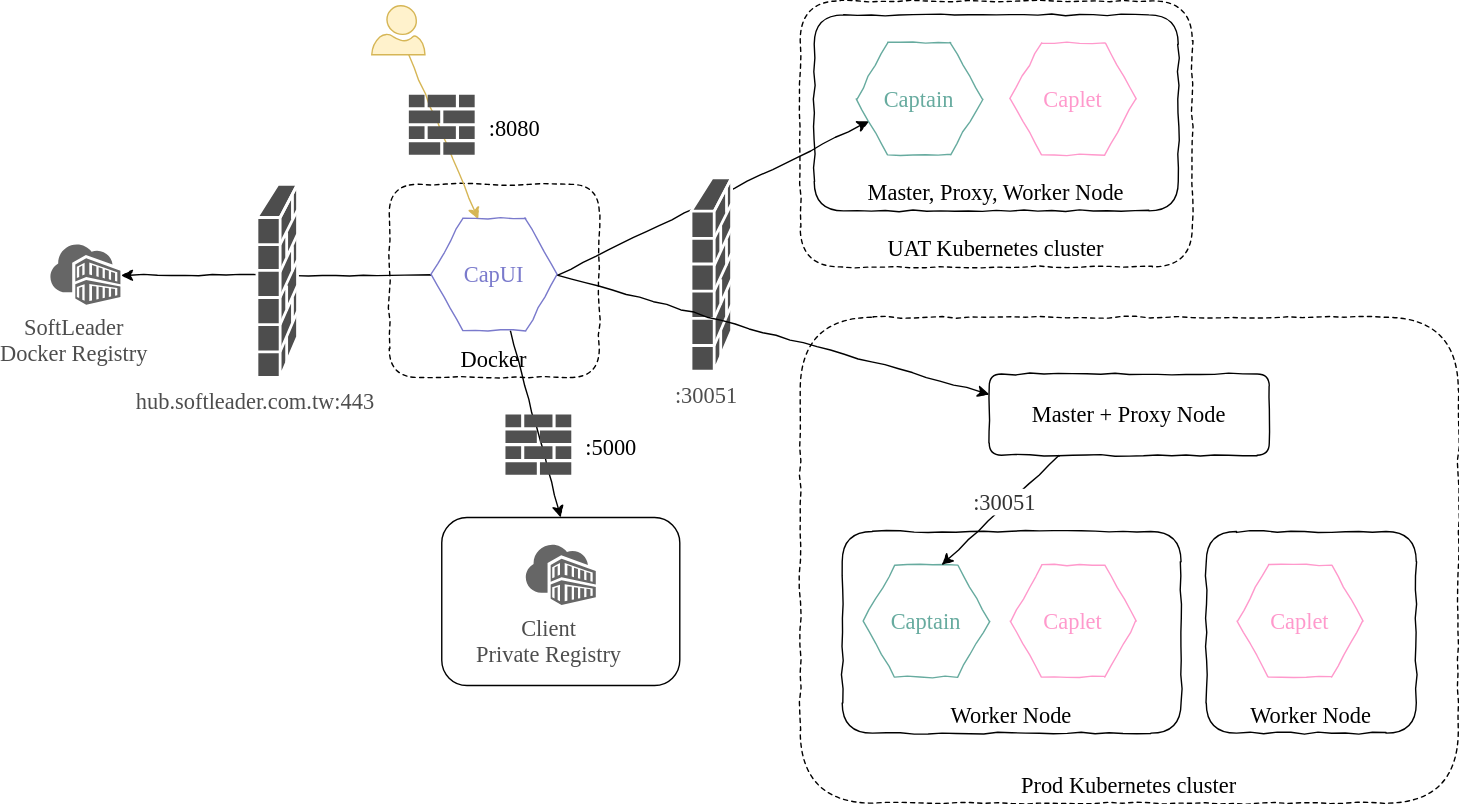
softleader/captain-kube keeps this draw.io diagram as images/cluster-modes-multi.svg. Above is the earlier version. Source tidied: cells renumbered, new cells last; positions are measured from the earlier drawing's top-left corner, leaving out a move shared by most shapes. Its diagram source:
```xml
<mxGraphModel>
  <root>
    <mxCell id="0" />
    <mxCell id="1" parent="0" />
    <mxCell id="2" value="Docker" style="rounded=1;comic=1;fontFamily=Comic Sans MS;verticalAlign=bottom;fontSize=16;dashed=1;" parent="1" vertex="1">
      <mxGeometry x="242.5" y="131" width="150" height="138" as="geometry" />
    </mxCell>
    <mxCell id="3" style="edgeStyle=none;rounded=0;html=1;entryX=1;entryY=0.5;entryPerimeter=0;jettySize=auto;fontFamily=Comic Sans MS;fontSize=16;fontColor=#7A7ACC;comic=1;exitX=0;exitY=0.5;" parent="1" edge="1" source="33" target="15">
      <mxGeometry relative="1" as="geometry" />
    </mxCell>
    <mxCell id="4" style="edgeStyle=none;rounded=0;html=1;entryX=0.5;entryY=0;jettySize=auto;fontFamily=Comic Sans MS;fontSize=16;fontColor=#7A7ACC;comic=1;exitX=0.625;exitY=1;" parent="1" edge="1" source="33" target="18">
      <mxGeometry relative="1" as="geometry" />
    </mxCell>
    <mxCell id="5" style="rounded=0;html=1;entryX=0.375;entryY=0;jettySize=auto;fontFamily=Comic Sans MS;fontSize=16;fontColor=#7A7ACC;comic=1;fillColor=#fff2cc;strokeColor=#d6b656;" parent="1" edge="1" source="6" target="33">
      <mxGeometry relative="1" as="geometry" />
    </mxCell>
    <mxCell id="6" style="verticalLabelPosition=bottom;html=1;verticalAlign=top;align=center;strokeColor=#d6b656;fillColor=#fff2cc;shape=mxgraph.azure.user;fontFamily=Comic Sans MS;fontSize=16;" parent="1" vertex="1">
      <mxGeometry x="230" y="3.5" width="38" height="35" as="geometry" />
    </mxCell>
    <mxCell id="7" style="group;" parent="1" vertex="1">
      <mxGeometry x="325.5" y="295.5" width="115" height="43" as="geometry" />
    </mxCell>
    <mxCell id="8" value="&lt;font color=&quot;#000000&quot;&gt;:5000&lt;/font&gt;" style="text;html=1;align=left;verticalAlign=top;spacingTop=-4;fontSize=16;fontFamily=Comic Sans MS;fontColor=#7A7ACC;" parent="7" vertex="1">
      <mxGeometry x="55" y="11.5" width="60" height="20" as="geometry" />
    </mxCell>
    <mxCell id="9" style="shadow=0;dashed=0;html=1;strokeColor=none;fillColor=#505050;labelPosition=center;verticalLabelPosition=bottom;verticalAlign=top;align=center;shape=mxgraph.office.concepts.firewall;fontFamily=Comic Sans MS;fontSize=16;fontColor=#7A7ACC;" parent="7" vertex="1">
      <mxGeometry width="47" height="43" as="geometry" />
    </mxCell>
    <mxCell id="10" value="UAT Kubernetes cluster" style="rounded=1;comic=1;fontFamily=Comic Sans MS;verticalAlign=bottom;fontSize=16;dashed=1;" parent="1" vertex="1">
      <mxGeometry x="536" width="280" height="190" as="geometry" />
    </mxCell>
    <mxCell id="11" value="Master, Proxy, Worker Node" style="rounded=1;comic=1;fontFamily=Comic Sans MS;fontSize=16;verticalAlign=bottom;" parent="1" vertex="1">
      <mxGeometry x="546" y="10" width="260" height="140" as="geometry" />
    </mxCell>
    <mxCell id="12" value="Captain" style="shape=hexagon;perimeter=hexagonPerimeter2;comic=1;fontFamily=Comic Sans MS;fontSize=16;fontColor=#67AB9F;strokeColor=#67AB9F;" parent="1" vertex="1">
      <mxGeometry x="576" y="30" width="90" height="80" as="geometry" />
    </mxCell>
    <mxCell id="13" value="Caplet" style="shape=hexagon;perimeter=hexagonPerimeter2;comic=1;fontFamily=Comic Sans MS;fontSize=16;strokeColor=#FF99CC;fontColor=#FF99CC;" parent="1" vertex="1">
      <mxGeometry x="686" y="30" width="90" height="80" as="geometry" />
    </mxCell>
    <mxCell id="14" value="&lt;font color=&quot;#4d4d4d&quot;&gt;hub.softleader.com.tw:443&lt;/font&gt;" style="shape=mxgraph.cisco.security.firewall;html=1;dashed=0;fillColor=#4D4D4D;strokeColor=#ffffff;strokeWidth=2;verticalLabelPosition=bottom;verticalAlign=top;fontFamily=Comic Sans MS;fontSize=16;fontColor=#7A7ACC;" parent="1" vertex="1">
      <mxGeometry x="148" y="131" width="29" height="138" as="geometry" />
    </mxCell>
    <mxCell id="15" value="&lt;font color=&quot;#4d4d4d&quot;&gt;SoftLeader &lt;br&gt;Docker Registry&lt;/font&gt;" style="shadow=0;dashed=0;html=1;strokeColor=none;labelPosition=center;verticalLabelPosition=bottom;verticalAlign=top;align=center;shape=mxgraph.mscae.cloud.container_registry;fillColor=#666666;fontFamily=Comic Sans MS;fontSize=16;fontColor=#7A7ACC;" parent="1" vertex="1">
      <mxGeometry x="0.5" y="174" width="50" height="43" as="geometry" />
    </mxCell>
    <mxCell id="16" style="group;" parent="1" vertex="1">
      <mxGeometry x="280" y="369" width="170" height="120" as="geometry" />
    </mxCell>
    <mxCell id="17" value="&lt;font color=&quot;#4d4d4d&quot;&gt;Client&lt;br&gt;Private Registry&lt;/font&gt;" style="shadow=0;dashed=0;html=1;strokeColor=none;labelPosition=center;verticalLabelPosition=bottom;verticalAlign=top;align=center;shape=mxgraph.mscae.cloud.container_registry;fillColor=#666666;fontFamily=Comic Sans MS;fontSize=16;fontColor=#7A7ACC;" parent="16" vertex="1">
      <mxGeometry x="60" y="19.5" width="50" height="43" as="geometry" />
    </mxCell>
    <mxCell id="18" style="rounded=1;whiteSpace=wrap;html=1;strokeColor=#000000;fillColor=none;fontFamily=Comic Sans MS;fontSize=16;fontColor=#7A7ACC;" parent="16" vertex="1">
      <mxGeometry width="170" height="120" as="geometry" />
    </mxCell>
    <mxCell id="19" style="group;" parent="1" vertex="1">
      <mxGeometry x="256.5" y="67" width="115" height="43" as="geometry" />
    </mxCell>
    <mxCell id="20" value="&lt;font color=&quot;#000000&quot;&gt;:8080&lt;/font&gt;" style="text;html=1;align=left;verticalAlign=top;spacingTop=-4;fontSize=16;fontFamily=Comic Sans MS;fontColor=#7A7ACC;" parent="19" vertex="1">
      <mxGeometry x="55" y="11.5" width="60" height="20" as="geometry" />
    </mxCell>
    <mxCell id="21" style="shadow=0;dashed=0;html=1;strokeColor=none;fillColor=#505050;labelPosition=center;verticalLabelPosition=bottom;verticalAlign=top;align=center;shape=mxgraph.office.concepts.firewall;fontFamily=Comic Sans MS;fontSize=16;fontColor=#7A7ACC;" parent="19" vertex="1">
      <mxGeometry width="47" height="43" as="geometry" />
    </mxCell>
    <mxCell id="22" style="edgeStyle=none;rounded=0;html=1;entryX=0;entryY=0.75;jettySize=auto;fontFamily=Comic Sans MS;fontSize=16;fontColor=#7A7ACC;exitX=1;exitY=0.5;comic=1;" parent="1" edge="1" source="33" target="12">
      <mxGeometry relative="1" as="geometry" />
    </mxCell>
    <mxCell id="23" value="Prod Kubernetes cluster" style="rounded=1;comic=1;fontFamily=Comic Sans MS;verticalAlign=bottom;fontSize=16;dashed=1;" parent="1" vertex="1">
      <mxGeometry x="536" y="226" width="470" height="347" as="geometry" />
    </mxCell>
    <mxCell id="24" value="Master + Proxy Node" style="rounded=1;comic=1;fontFamily=Comic Sans MS;fontSize=16;verticalAlign=middle;" parent="1" vertex="1">
      <mxGeometry x="671" y="266.5" width="200" height="58" as="geometry" />
    </mxCell>
    <mxCell id="25" value="Worker Node" style="rounded=1;comic=1;fontFamily=Comic Sans MS;fontSize=16;verticalAlign=bottom;" parent="1" vertex="1">
      <mxGeometry x="566" y="379" width="242" height="144" as="geometry" />
    </mxCell>
    <mxCell id="26" value="Worker Node" style="rounded=1;comic=1;fontFamily=Comic Sans MS;fontSize=16;verticalAlign=bottom;" parent="1" vertex="1">
      <mxGeometry x="826" y="379" width="150" height="144" as="geometry" />
    </mxCell>
    <mxCell id="27" value="Caplet" style="shape=hexagon;perimeter=hexagonPerimeter2;comic=1;fontFamily=Comic Sans MS;fontSize=16;fontColor=#FF99CC;strokeColor=#FF99CC;" parent="1" vertex="1">
      <mxGeometry x="686" y="403" width="90" height="80" as="geometry" />
    </mxCell>
    <mxCell id="28" value="Caplet" style="shape=hexagon;perimeter=hexagonPerimeter2;comic=1;fontFamily=Comic Sans MS;fontSize=16;fontColor=#FF99CC;strokeColor=#FF99CC;" parent="1" vertex="1">
      <mxGeometry x="848" y="403" width="90" height="80" as="geometry" />
    </mxCell>
    <mxCell id="29" value="Captain" style="shape=hexagon;perimeter=hexagonPerimeter2;comic=1;fontFamily=Comic Sans MS;fontSize=16;strokeColor=#67AB9F;fontColor=#67AB9F;" parent="1" vertex="1">
      <mxGeometry x="581" y="403" width="90" height="80" as="geometry" />
    </mxCell>
    <mxCell id="30" style="edgeStyle=none;rounded=0;comic=1;entryX=0.625;entryY=0;startArrow=none;startFill=0;endArrow=classic;endFill=1;jettySize=auto;strokeColor=#000000;fontFamily=Comic Sans MS;fontSize=16;fontColor=#000000;fillColor=#ffffff;exitX=0.25;exitY=1;" parent="1" edge="1" source="24" target="29">
      <mxGeometry relative="1" as="geometry" />
    </mxCell>
    <mxCell id="31" value="&lt;font face=&quot;Comic Sans MS&quot;&gt;:30051&lt;/font&gt;" style="text;html=1;align=center;verticalAlign=middle;labelBackgroundColor=#ffffff;fontSize=16;fontFamily=Verdana;fontColor=#333333;" parent="30" vertex="1">
      <mxGeometry x="-0.16" y="-1" relative="1" as="geometry" />
    </mxCell>
    <mxCell id="32" value="&lt;font color=&quot;#4d4d4d&quot;&gt;:30051&lt;/font&gt;" style="shape=mxgraph.cisco.security.firewall;html=1;dashed=0;fillColor=#4D4D4D;strokeColor=#ffffff;strokeWidth=2;verticalLabelPosition=bottom;verticalAlign=top;fontFamily=Comic Sans MS;fontSize=16;fontColor=#7A7ACC;" parent="1" vertex="1">
      <mxGeometry x="458" y="126.5" width="29" height="138" as="geometry" />
    </mxCell>
    <mxCell id="33" value="CapUI" style="shape=hexagon;perimeter=hexagonPerimeter2;comic=1;fontFamily=Comic Sans MS;fontSize=16;fontColor=#7A7ACC;strokeColor=#7A7ACC;" parent="1" vertex="1">
      <mxGeometry x="272.5" y="155.5" width="90" height="80" as="geometry" />
    </mxCell>
    <mxCell id="34" style="edgeStyle=none;rounded=0;html=1;entryX=0;entryY=0.25;jettySize=auto;fontFamily=Comic Sans MS;fontSize=16;fontColor=#7A7ACC;comic=1;exitX=1;exitY=0.5;" parent="1" edge="1" source="33" target="24">
      <mxGeometry relative="1" as="geometry" />
    </mxCell>
  </root>
</mxGraphModel>
```
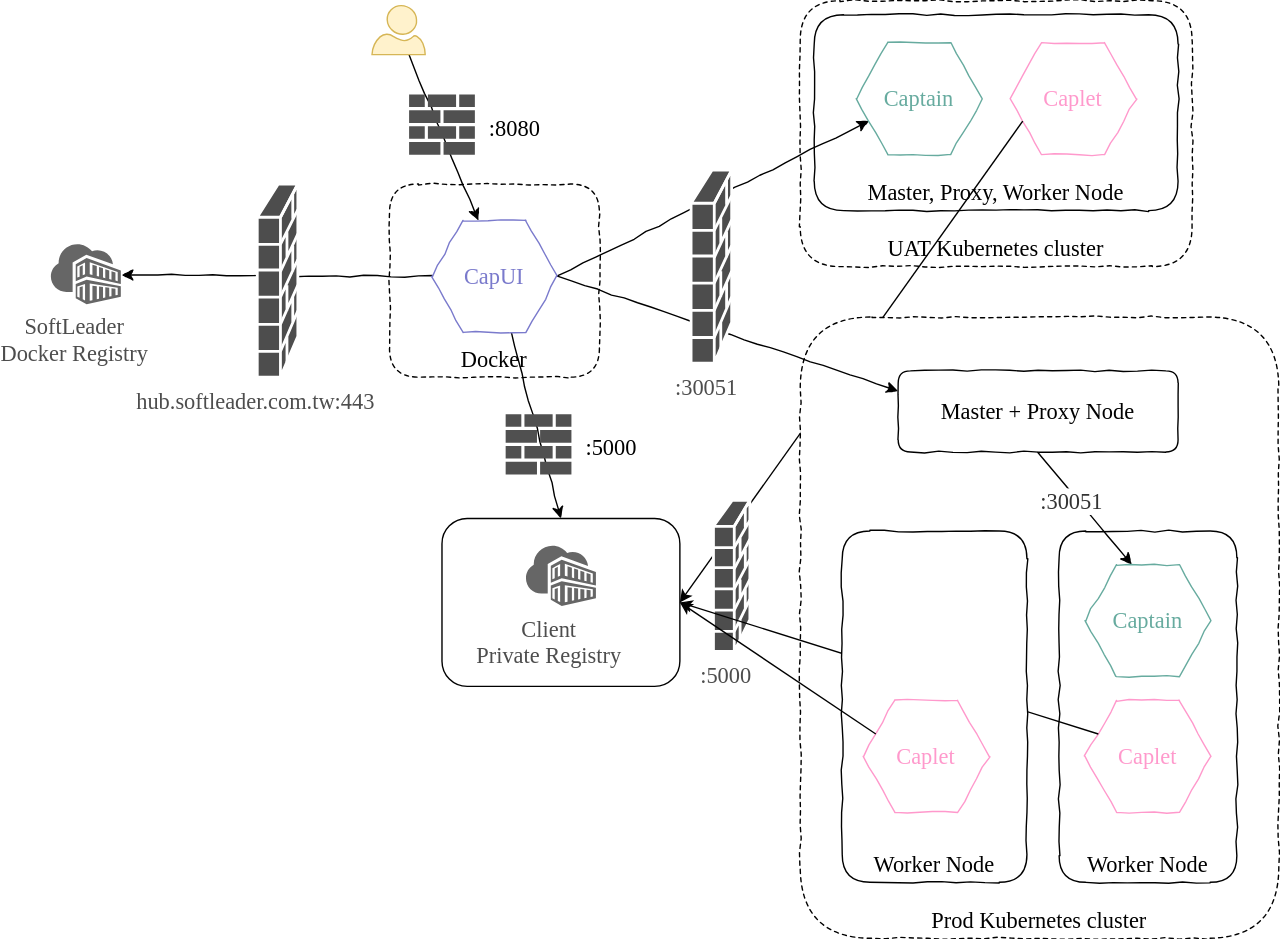
The same diagram one commit later.

Change to the diagram source:
```diff
@@ -11,7 +11,7 @@
     <mxCell id="4" style="edgeStyle=none;rounded=0;html=1;entryX=0.5;entryY=0;jettySize=auto;fontFamily=Comic Sans MS;fontSize=16;fontColor=#7A7ACC;comic=1;exitX=0.625;exitY=1;" parent="1" edge="1" source="33" target="18">
       <mxGeometry relative="1" as="geometry" />
     </mxCell>
-    <mxCell id="5" style="rounded=0;html=1;entryX=0.375;entryY=0;jettySize=auto;fontFamily=Comic Sans MS;fontSize=16;fontColor=#7A7ACC;comic=1;fillColor=#fff2cc;strokeColor=#d6b656;" parent="1" edge="1" source="6" target="33">
+    <mxCell id="5" style="rounded=0;html=1;entryX=0.375;entryY=0;jettySize=auto;fontFamily=Comic Sans MS;fontSize=16;fontColor=#7A7ACC;comic=1;fillColor=#fff2cc;strokeColor=#000000;" parent="1" edge="1" source="6" target="33">
       <mxGeometry relative="1" as="geometry" />
     </mxCell>
     <mxCell id="6" style="verticalLabelPosition=bottom;html=1;verticalAlign=top;align=center;strokeColor=#d6b656;fillColor=#fff2cc;shape=mxgraph.azure.user;fontFamily=Comic Sans MS;fontSize=16;" parent="1" vertex="1">
@@ -45,7 +45,7 @@
       <mxGeometry x="0.5" y="174" width="50" height="43" as="geometry" />
     </mxCell>
     <mxCell id="16" style="group;" parent="1" vertex="1">
-      <mxGeometry x="280" y="369" width="170" height="120" as="geometry" />
+      <mxGeometry x="280" y="370" width="170" height="120" as="geometry" />
     </mxCell>
     <mxCell id="17" value="&lt;font color=&quot;#4d4d4d&quot;&gt;Client&lt;br&gt;Private Registry&lt;/font&gt;" style="shadow=0;dashed=0;html=1;strokeColor=none;labelPosition=center;verticalLabelPosition=bottom;verticalAlign=top;align=center;shape=mxgraph.mscae.cloud.container_registry;fillColor=#666666;fontFamily=Comic Sans MS;fontSize=16;fontColor=#7A7ACC;" parent="16" vertex="1">
       <mxGeometry x="60" y="19.5" width="50" height="43" as="geometry" />
@@ -53,6 +53,18 @@
     <mxCell id="18" style="rounded=1;whiteSpace=wrap;html=1;strokeColor=#000000;fillColor=none;fontFamily=Comic Sans MS;fontSize=16;fontColor=#7A7ACC;" parent="16" vertex="1">
       <mxGeometry width="170" height="120" as="geometry" />
     </mxCell>
+    <mxCell id="22" style="edgeStyle=none;rounded=0;html=1;entryX=0;entryY=0.75;jettySize=auto;fontFamily=Comic Sans MS;fontSize=16;fontColor=#7A7ACC;exitX=1;exitY=0.5;comic=1;" parent="1" edge="1" source="33" target="12">
+      <mxGeometry relative="1" as="geometry" />
+    </mxCell>
+    <mxCell id="33" value="CapUI" style="shape=hexagon;perimeter=hexagonPerimeter2;comic=1;fontFamily=Comic Sans MS;fontSize=16;fontColor=#7A7ACC;strokeColor=#7A7ACC;" parent="1" vertex="1">
+      <mxGeometry x="272.5" y="157" width="90" height="80" as="geometry" />
+    </mxCell>
+    <mxCell id="35" style="edgeStyle=none;rounded=0;html=1;entryX=0;entryY=0.75;startArrow=classic;startFill=1;endArrow=none;endFill=0;jettySize=auto;fontColor=#A680B8;exitX=1;exitY=0.5;" parent="1" edge="1" source="18" target="13">
+      <mxGeometry relative="1" as="geometry" />
+    </mxCell>
+    <mxCell id="36" value="&lt;font color=&quot;#4d4d4d&quot;&gt;:5000&lt;/font&gt;" style="shape=mxgraph.cisco.security.firewall;html=1;dashed=0;fillColor=#4D4D4D;strokeColor=#ffffff;strokeWidth=2;verticalLabelPosition=bottom;verticalAlign=top;fontFamily=Comic Sans MS;fontSize=16;fontColor=#7A7ACC;" parent="1" vertex="1">
+      <mxGeometry x="474" y="357" width="26" height="108" as="geometry" />
+    </mxCell>
     <mxCell id="19" style="group;" parent="1" vertex="1">
       <mxGeometry x="256.5" y="67" width="115" height="43" as="geometry" />
     </mxCell>
@@ -62,44 +74,44 @@
     <mxCell id="21" style="shadow=0;dashed=0;html=1;strokeColor=none;fillColor=#505050;labelPosition=center;verticalLabelPosition=bottom;verticalAlign=top;align=center;shape=mxgraph.office.concepts.firewall;fontFamily=Comic Sans MS;fontSize=16;fontColor=#7A7ACC;" parent="19" vertex="1">
       <mxGeometry width="47" height="43" as="geometry" />
     </mxCell>
-    <mxCell id="22" style="edgeStyle=none;rounded=0;html=1;entryX=0;entryY=0.75;jettySize=auto;fontFamily=Comic Sans MS;fontSize=16;fontColor=#7A7ACC;exitX=1;exitY=0.5;comic=1;" parent="1" edge="1" source="33" target="12">
-      <mxGeometry relative="1" as="geometry" />
-    </mxCell>
     <mxCell id="23" value="Prod Kubernetes cluster" style="rounded=1;comic=1;fontFamily=Comic Sans MS;verticalAlign=bottom;fontSize=16;dashed=1;" parent="1" vertex="1">
-      <mxGeometry x="536" y="226" width="470" height="347" as="geometry" />
+      <mxGeometry x="536" y="226" width="342" height="444" as="geometry" />
     </mxCell>
     <mxCell id="24" value="Master + Proxy Node" style="rounded=1;comic=1;fontFamily=Comic Sans MS;fontSize=16;verticalAlign=middle;" parent="1" vertex="1">
-      <mxGeometry x="671" y="266.5" width="200" height="58" as="geometry" />
+      <mxGeometry x="606" y="264.5" width="200" height="58" as="geometry" />
     </mxCell>
-    <mxCell id="25" value="Worker Node" style="rounded=1;comic=1;fontFamily=Comic Sans MS;fontSize=16;verticalAlign=bottom;" parent="1" vertex="1">
-      <mxGeometry x="566" y="379" width="242" height="144" as="geometry" />
-    </mxCell>
     <mxCell id="26" value="Worker Node" style="rounded=1;comic=1;fontFamily=Comic Sans MS;fontSize=16;verticalAlign=bottom;" parent="1" vertex="1">
-      <mxGeometry x="826" y="379" width="150" height="144" as="geometry" />
+      <mxGeometry x="721" y="379" width="127" height="251" as="geometry" />
     </mxCell>
-    <mxCell id="27" value="Caplet" style="shape=hexagon;perimeter=hexagonPerimeter2;comic=1;fontFamily=Comic Sans MS;fontSize=16;fontColor=#FF99CC;strokeColor=#FF99CC;" parent="1" vertex="1">
-      <mxGeometry x="686" y="403" width="90" height="80" as="geometry" />
-    </mxCell>
     <mxCell id="28" value="Caplet" style="shape=hexagon;perimeter=hexagonPerimeter2;comic=1;fontFamily=Comic Sans MS;fontSize=16;fontColor=#FF99CC;strokeColor=#FF99CC;" parent="1" vertex="1">
-      <mxGeometry x="848" y="403" width="90" height="80" as="geometry" />
+      <mxGeometry x="739.5" y="500" width="90" height="80" as="geometry" />
     </mxCell>
-    <mxCell id="29" value="Captain" style="shape=hexagon;perimeter=hexagonPerimeter2;comic=1;fontFamily=Comic Sans MS;fontSize=16;strokeColor=#67AB9F;fontColor=#67AB9F;" parent="1" vertex="1">
-      <mxGeometry x="581" y="403" width="90" height="80" as="geometry" />
-    </mxCell>
-    <mxCell id="30" style="edgeStyle=none;rounded=0;comic=1;entryX=0.625;entryY=0;startArrow=none;startFill=0;endArrow=classic;endFill=1;jettySize=auto;strokeColor=#000000;fontFamily=Comic Sans MS;fontSize=16;fontColor=#000000;fillColor=#ffffff;exitX=0.25;exitY=1;" parent="1" edge="1" source="24" target="29">
+    <mxCell id="30" style="edgeStyle=none;rounded=0;comic=1;entryX=0.375;entryY=0;startArrow=none;startFill=0;endArrow=classic;endFill=1;jettySize=auto;strokeColor=#000000;fontFamily=Comic Sans MS;fontSize=16;fontColor=#000000;fillColor=#ffffff;exitX=0.5;exitY=1;" parent="1" edge="1" source="24" target="29">
       <mxGeometry relative="1" as="geometry" />
     </mxCell>
     <mxCell id="31" value="&lt;font face=&quot;Comic Sans MS&quot;&gt;:30051&lt;/font&gt;" style="text;html=1;align=center;verticalAlign=middle;labelBackgroundColor=#ffffff;fontSize=16;fontFamily=Verdana;fontColor=#333333;" parent="30" vertex="1">
       <mxGeometry x="-0.16" y="-1" relative="1" as="geometry" />
     </mxCell>
+    <mxCell id="29" value="Captain" style="shape=hexagon;perimeter=hexagonPerimeter2;comic=1;fontFamily=Comic Sans MS;fontSize=16;strokeColor=#67AB9F;fontColor=#67AB9F;" parent="1" vertex="1">
+      <mxGeometry x="739.5" y="403" width="90" height="80" as="geometry" />
+    </mxCell>
+    <mxCell id="34" style="edgeStyle=none;rounded=0;html=1;entryX=0;entryY=0.25;jettySize=auto;fontFamily=Comic Sans MS;fontSize=16;fontColor=#7A7ACC;comic=1;exitX=1;exitY=0.5;" parent="1" edge="1" source="33" target="24">
+      <mxGeometry relative="1" as="geometry" />
+    </mxCell>
+    <mxCell id="37" style="edgeStyle=none;rounded=0;html=1;entryX=0;entryY=0.25;startArrow=classic;startFill=1;endArrow=none;endFill=0;jettySize=auto;fontColor=#A680B8;exitX=1;exitY=0.5;" parent="1" edge="1" source="18" target="28">
+      <mxGeometry relative="1" as="geometry" />
+    </mxCell>
+    <mxCell id="25" value="Worker Node" style="rounded=1;comic=1;fontFamily=Comic Sans MS;fontSize=16;verticalAlign=bottom;" parent="1" vertex="1">
+      <mxGeometry x="566" y="379" width="132" height="251" as="geometry" />
+    </mxCell>
+    <mxCell id="27" value="Caplet" style="shape=hexagon;perimeter=hexagonPerimeter2;comic=1;fontFamily=Comic Sans MS;fontSize=16;fontColor=#FF99CC;strokeColor=#FF99CC;" parent="1" vertex="1">
+      <mxGeometry x="581" y="500" width="90" height="80" as="geometry" />
+    </mxCell>
+    <mxCell id="38" style="edgeStyle=none;rounded=0;html=1;entryX=0;entryY=0.25;startArrow=classic;startFill=1;endArrow=none;endFill=0;jettySize=auto;fontColor=#A680B8;exitX=1;exitY=0.5;" parent="1" edge="1" source="18" target="27">
+      <mxGeometry relative="1" as="geometry" />
+    </mxCell>
     <mxCell id="32" value="&lt;font color=&quot;#4d4d4d&quot;&gt;:30051&lt;/font&gt;" style="shape=mxgraph.cisco.security.firewall;html=1;dashed=0;fillColor=#4D4D4D;strokeColor=#ffffff;strokeWidth=2;verticalLabelPosition=bottom;verticalAlign=top;fontFamily=Comic Sans MS;fontSize=16;fontColor=#7A7ACC;" parent="1" vertex="1">
-      <mxGeometry x="458" y="126.5" width="29" height="138" as="geometry" />
+      <mxGeometry x="458" y="121" width="29" height="138" as="geometry" />
     </mxCell>
-    <mxCell id="33" value="CapUI" style="shape=hexagon;perimeter=hexagonPerimeter2;comic=1;fontFamily=Comic Sans MS;fontSize=16;fontColor=#7A7ACC;strokeColor=#7A7ACC;" parent="1" vertex="1">
-      <mxGeometry x="272.5" y="155.5" width="90" height="80" as="geometry" />
-    </mxCell>
-    <mxCell id="34" style="edgeStyle=none;rounded=0;html=1;entryX=0;entryY=0.25;jettySize=auto;fontFamily=Comic Sans MS;fontSize=16;fontColor=#7A7ACC;comic=1;exitX=1;exitY=0.5;" parent="1" edge="1" source="33" target="24">
-      <mxGeometry relative="1" as="geometry" />
-    </mxCell>
   </root>
 </mxGraphModel>
```
